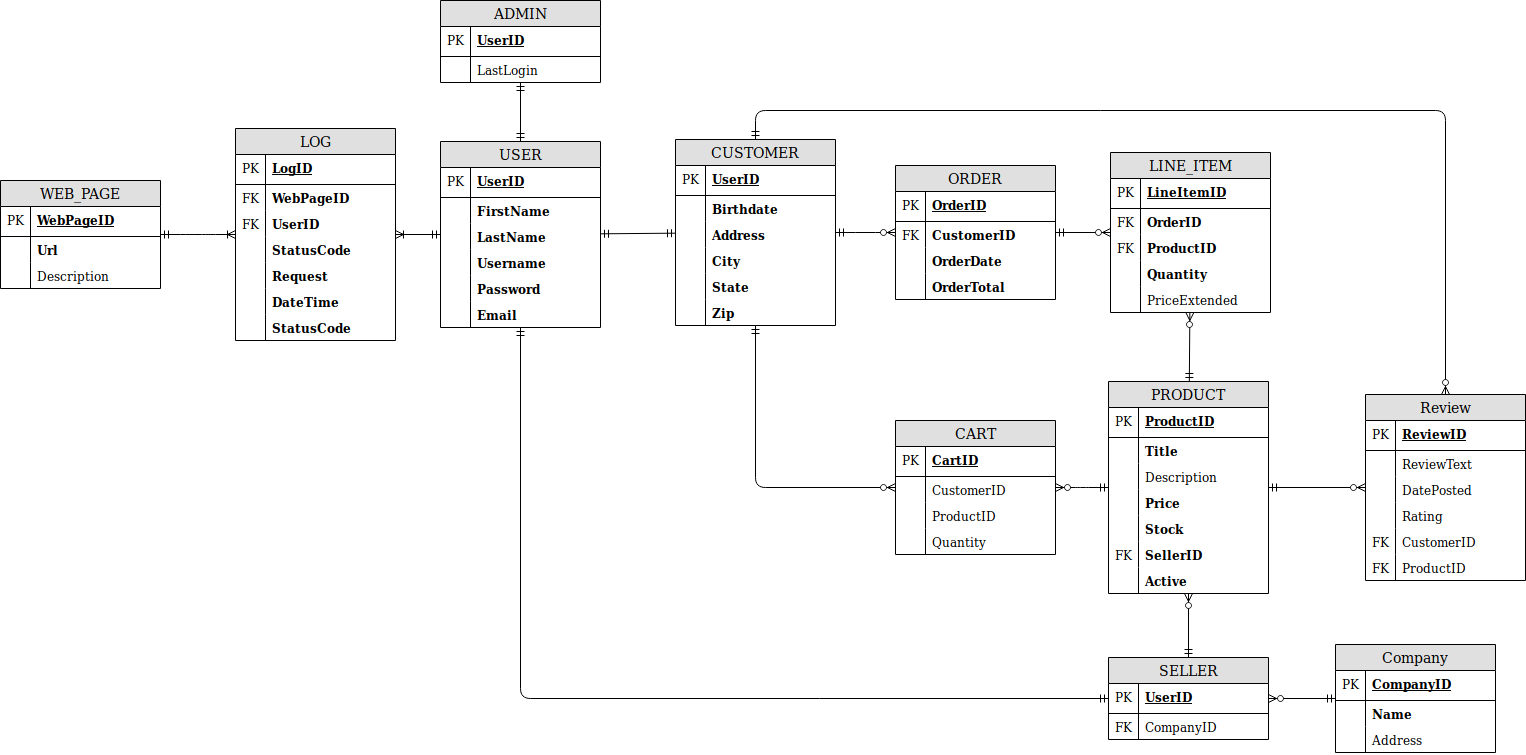
Before: media/Project ERD.png, a diagram exported from draw.io (vineethsai/DigitalSecurityHub). Source tidied: cells renumbered, new cells last; positions are measured from the earlier drawing's top-left corner, leaving out a move shared by most shapes.
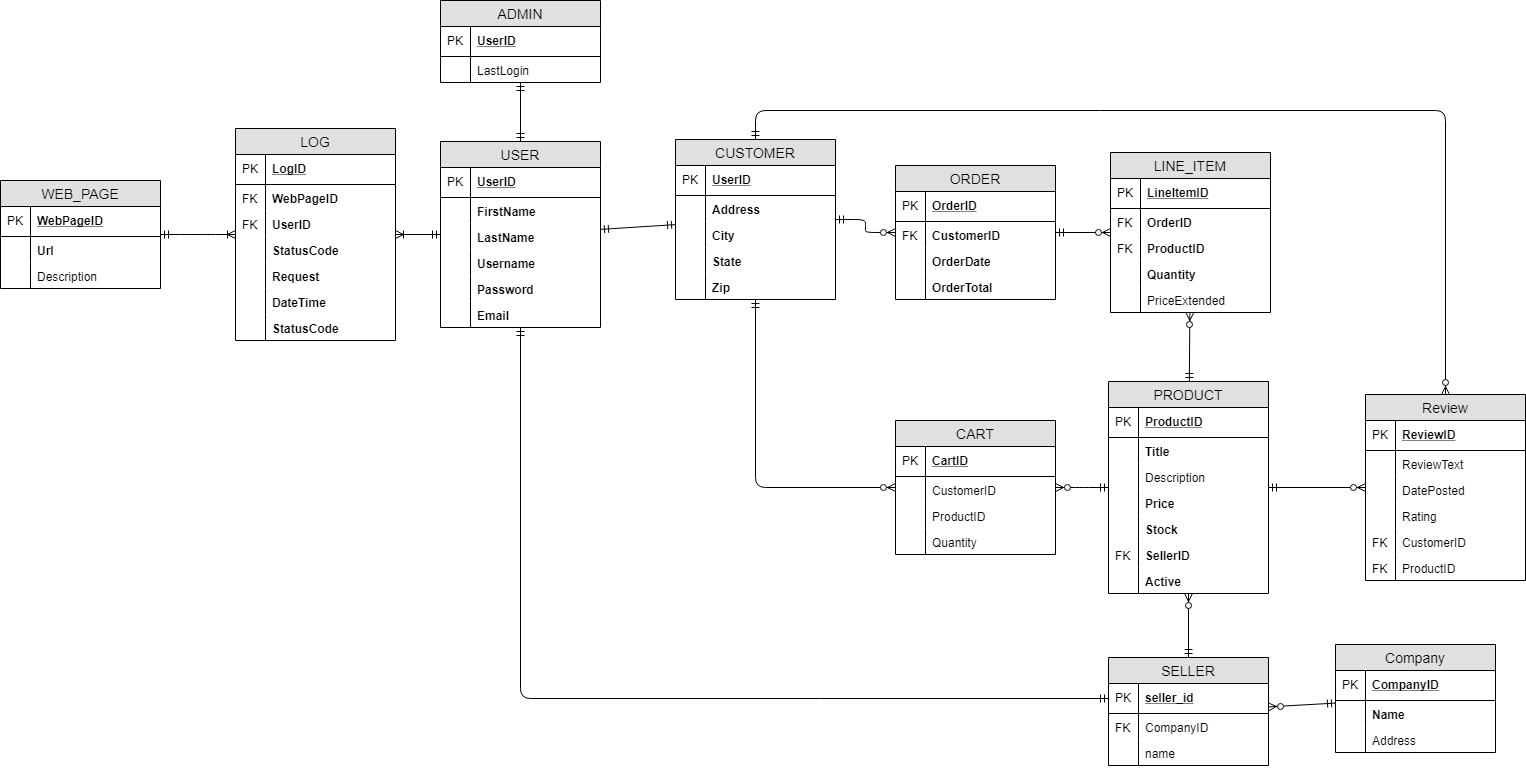
Above is the later version.

What changed in the source:
```diff
@@ -3,7 +3,7 @@
     <mxCell id="0" />
     <mxCell id="1" parent="0" />
     <mxCell id="2" value="CUSTOMER" style="swimlane;fontStyle=0;horizontal=1;startSize=26;fillColor=#e0e0e0;swimlaneFillColor=#ffffff;align=center;fontSize=14;" parent="1" vertex="1">
-      <mxGeometry x="675" y="139" width="160" height="186" as="geometry" />
+      <mxGeometry x="675" y="139" width="160" height="160" as="geometry" />
     </mxCell>
     <mxCell id="3" value="UserID" style="shape=partialRectangle;top=0;left=0;right=0;bottom=1;align=left;verticalAlign=middle;fillColor=none;spacingLeft=34;spacingRight=4;overflow=hidden;fontStyle=5;fontSize=12;" parent="2" vertex="1">
       <mxGeometry y="26" width="160" height="30" as="geometry" />
@@ -11,32 +11,26 @@
     <mxCell id="4" value="PK" style="shape=partialRectangle;top=0;left=0;bottom=0;fillColor=none;align=left;verticalAlign=middle;spacingLeft=4;spacingRight=4;overflow=hidden;fontSize=12;" parent="3" vertex="1">
       <mxGeometry width="30" height="30" as="geometry" />
     </mxCell>
-    <mxCell id="5" value="Birthdate" style="shape=partialRectangle;top=0;left=0;right=0;bottom=0;align=left;verticalAlign=top;fillColor=none;spacingLeft=34;spacingRight=4;overflow=hidden;fontSize=12;fontStyle=1;" parent="2" vertex="1">
-      <mxGeometry y="56" width="160" height="26" as="geometry" />
-    </mxCell>
-    <mxCell id="6" style="shape=partialRectangle;top=0;left=0;bottom=0;fillColor=none;align=left;verticalAlign=top;spacingLeft=4;spacingRight=4;overflow=hidden;fontSize=12;" parent="5" vertex="1">
-      <mxGeometry width="30" height="26" as="geometry" />
-    </mxCell>
     <mxCell id="7" value="Address" style="shape=partialRectangle;top=0;left=0;right=0;bottom=0;align=left;verticalAlign=top;fillColor=none;spacingLeft=34;spacingRight=4;overflow=hidden;fontSize=12;fontStyle=1;" parent="2" vertex="1">
-      <mxGeometry y="82" width="160" height="26" as="geometry" />
+      <mxGeometry y="56" width="160" height="26" as="geometry" />
     </mxCell>
     <mxCell id="8" style="shape=partialRectangle;top=0;left=0;bottom=0;fillColor=none;align=left;verticalAlign=top;spacingLeft=4;spacingRight=4;overflow=hidden;fontSize=12;" parent="7" vertex="1">
       <mxGeometry width="30" height="26" as="geometry" />
     </mxCell>
     <mxCell id="9" value="City" style="shape=partialRectangle;top=0;left=0;right=0;bottom=0;align=left;verticalAlign=top;fillColor=none;spacingLeft=34;spacingRight=4;overflow=hidden;fontSize=12;fontStyle=1;" parent="2" vertex="1">
-      <mxGeometry y="108" width="160" height="26" as="geometry" />
+      <mxGeometry y="82" width="160" height="26" as="geometry" />
     </mxCell>
     <mxCell id="10" style="shape=partialRectangle;top=0;left=0;bottom=0;fillColor=none;align=left;verticalAlign=top;spacingLeft=4;spacingRight=4;overflow=hidden;fontSize=12;" parent="9" vertex="1">
       <mxGeometry width="30" height="26" as="geometry" />
     </mxCell>
     <mxCell id="11" value="State" style="shape=partialRectangle;top=0;left=0;right=0;bottom=0;align=left;verticalAlign=top;fillColor=none;spacingLeft=34;spacingRight=4;overflow=hidden;fontSize=12;fontStyle=1;" parent="2" vertex="1">
-      <mxGeometry y="134" width="160" height="26" as="geometry" />
+      <mxGeometry y="108" width="160" height="26" as="geometry" />
     </mxCell>
     <mxCell id="12" style="shape=partialRectangle;top=0;left=0;bottom=0;fillColor=none;align=left;verticalAlign=top;spacingLeft=4;spacingRight=4;overflow=hidden;fontSize=12;" parent="11" vertex="1">
       <mxGeometry width="30" height="26" as="geometry" />
     </mxCell>
     <mxCell id="13" value="Zip" style="shape=partialRectangle;top=0;left=0;right=0;bottom=0;align=left;verticalAlign=top;fillColor=none;spacingLeft=34;spacingRight=4;overflow=hidden;fontSize=12;fontStyle=1;" parent="2" vertex="1">
-      <mxGeometry y="160" width="160" height="26" as="geometry" />
+      <mxGeometry y="134" width="160" height="26" as="geometry" />
     </mxCell>
     <mxCell id="14" style="shape=partialRectangle;top=0;left=0;bottom=0;fillColor=none;align=left;verticalAlign=top;spacingLeft=4;spacingRight=4;overflow=hidden;fontSize=12;" parent="13" vertex="1">
       <mxGeometry width="30" height="26" as="geometry" />
@@ -217,9 +211,9 @@
       </mxGeometry>
     </mxCell>
     <mxCell id="72" value="SELLER" style="swimlane;fontStyle=0;horizontal=1;startSize=26;fillColor=#e0e0e0;swimlaneFillColor=#ffffff;align=center;fontSize=14;" parent="1" vertex="1">
-      <mxGeometry x="1108" y="657" width="160" height="82" as="geometry" />
+      <mxGeometry x="1108" y="657" width="160" height="108" as="geometry" />
     </mxCell>
-    <mxCell id="73" value="UserID" style="shape=partialRectangle;top=0;left=0;right=0;bottom=1;align=left;verticalAlign=middle;fillColor=none;spacingLeft=34;spacingRight=4;overflow=hidden;fontStyle=5;fontSize=12;" parent="72" vertex="1">
+    <mxCell id="73" value="seller_id" style="shape=partialRectangle;top=0;left=0;right=0;bottom=1;align=left;verticalAlign=middle;fillColor=none;spacingLeft=34;spacingRight=4;overflow=hidden;fontStyle=5;fontSize=12;" parent="72" vertex="1">
       <mxGeometry y="26" width="160" height="30" as="geometry" />
     </mxCell>
     <mxCell id="74" value="PK" style="shape=partialRectangle;top=0;left=0;bottom=0;fillColor=none;align=left;verticalAlign=middle;spacingLeft=4;spacingRight=4;overflow=hidden;fontSize=12;" parent="73" vertex="1">
@@ -231,6 +225,12 @@
     <mxCell id="76" value="FK" style="shape=partialRectangle;top=0;left=0;bottom=0;fillColor=none;align=left;verticalAlign=top;spacingLeft=4;spacingRight=4;overflow=hidden;fontSize=12;" parent="75" vertex="1">
       <mxGeometry width="30" height="26" as="geometry" />
     </mxCell>
+    <mxCell id="138" value="name" style="shape=partialRectangle;top=0;left=0;right=0;bottom=0;align=left;verticalAlign=top;fillColor=none;spacingLeft=34;spacingRight=4;overflow=hidden;fontSize=12;" parent="72" vertex="1">
+      <mxGeometry y="82" width="160" height="26" as="geometry" />
+    </mxCell>
+    <mxCell id="6" style="shape=partialRectangle;top=0;left=0;bottom=0;fillColor=none;align=left;verticalAlign=top;spacingLeft=4;spacingRight=4;overflow=hidden;fontSize=12;" parent="138" vertex="1">
+      <mxGeometry width="30" height="26" as="geometry" />
+    </mxCell>
     <mxCell id="77" style="fontSize=12;html=1;endArrow=ERzeroToMany;startArrow=ERmandOne;" parent="1" edge="1" source="72" target="42">
       <mxGeometry relative="1" as="geometry" />
     </mxCell>
```
